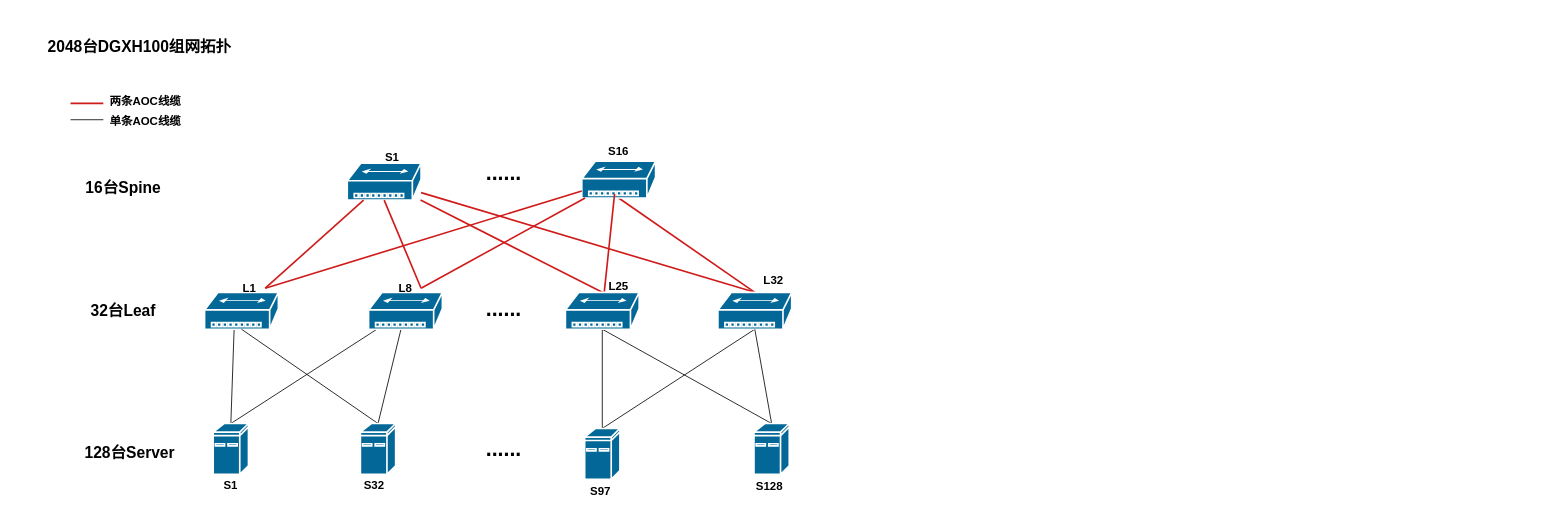
The draw.io diagram dgxh100-2048.drawio in hel-2000/network-draw, before the edit. Source tidied: cells renumbered, new cells numbered last; positions are measured from the earlier drawing's top-left corner, leaving out a move shared by most shapes. Both pictures are drawn from the tidied source at 82%, with x=0, y=0 at pixel (14, 23).
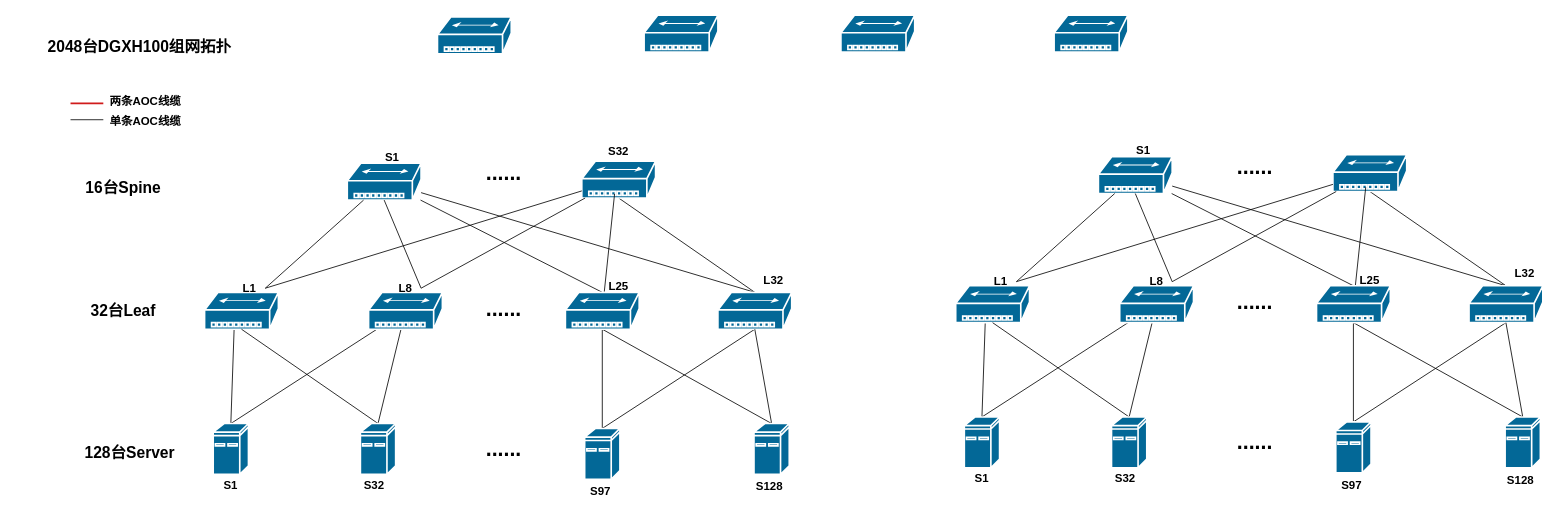
Above is the later version.

Unchanged cells that the change refers to:
```xml
<mxCell id="12" style="shape=mxgraph.cisco.hubs_and_gateways.small_hub;sketch=0;html=1;dashed=0;fillColor=#036897;strokeColor=#ffffff;strokeWidth=2;verticalLabelPosition=bottom;verticalAlign=top;align=center;outlineConnect=0;" parent="1" vertex="1">
  <mxGeometry x="406" y="170.5" width="90" height="45" as="geometry" />
</mxCell>
<mxCell id="15" style="shape=mxgraph.cisco.hubs_and_gateways.small_hub;sketch=0;html=1;dashed=0;fillColor=#036897;strokeColor=#ffffff;strokeWidth=2;verticalLabelPosition=bottom;verticalAlign=top;align=center;outlineConnect=0;" parent="1" vertex="1">
  <mxGeometry x="858" y="328" width="90" height="45" as="geometry" />
</mxCell>
<mxCell id="16" style="shape=mxgraph.cisco.hubs_and_gateways.small_hub;sketch=0;html=1;dashed=0;fillColor=#036897;strokeColor=#ffffff;strokeWidth=2;verticalLabelPosition=bottom;verticalAlign=top;align=center;outlineConnect=0;" parent="1" vertex="1">
  <mxGeometry x="692" y="168" width="90" height="45" as="geometry" />
</mxCell>
<mxCell id="24" value="&lt;b style=&quot;&quot;&gt;&lt;font style=&quot;font-size: 14px;&quot;&gt;L1&lt;/font&gt;&lt;/b&gt;" style="text;strokeColor=none;align=center;fillColor=none;html=1;verticalAlign=middle;whiteSpace=wrap;rounded=0;" parent="1" vertex="1">
  <mxGeometry x="268" y="308" width="38" height="30" as="geometry" />
</mxCell>
<mxCell id="27" value="&lt;b style=&quot;&quot;&gt;&lt;font style=&quot;font-size: 14px;&quot;&gt;L8&lt;/font&gt;&lt;/b&gt;" style="text;strokeColor=none;align=center;fillColor=none;html=1;verticalAlign=middle;whiteSpace=wrap;rounded=0;" parent="1" vertex="1">
  <mxGeometry x="458" y="308" width="38" height="30" as="geometry" />
</mxCell>
<mxCell id="39" style="shape=mxgraph.cisco.hubs_and_gateways.small_hub;sketch=0;html=1;dashed=0;fillColor=#036897;strokeColor=#ffffff;strokeWidth=2;verticalLabelPosition=bottom;verticalAlign=top;align=center;outlineConnect=0;" parent="1" vertex="1">
  <mxGeometry x="672" y="328" width="90" height="45" as="geometry" />
</mxCell>
```

What changed in the source:
```diff
@@
-    <mxCell id="13" style="rounded=1;jettySize=auto;html=1;exitX=0.5;exitY=0;exitDx=0;exitDy=0;exitPerimeter=0;entryX=0.5;entryY=1;entryDx=0;entryDy=0;entryPerimeter=0;endArrow=none;endFill=0;strokeWidth=2;strokeColor=#d01b1b;" parent="1" edge="1" source="15" target="16">
+    <mxCell id="13" style="rounded=0;jettySize=auto;html=1;exitX=0.5;exitY=0;exitDx=0;exitDy=0;exitPerimeter=0;entryX=0.5;entryY=1;entryDx=0;entryDy=0;entryPerimeter=0;endArrow=none;endFill=0;strokeWidth=1;strokeColor=default;" parent="1" edge="1" source="15" target="16">
       <mxGeometry relative="1" as="geometry" />
     </mxCell>
-    <mxCell id="14" style="rounded=1;jettySize=auto;html=1;exitX=0.5;exitY=0;exitDx=0;exitDy=0;exitPerimeter=0;endArrow=none;strokeColor=#d01b1b;endFill=0;strokeWidth=2;" parent="1" edge="1" source="15" target="12">
+    <mxCell id="14" style="rounded=0;jettySize=auto;html=1;exitX=0.5;exitY=0;exitDx=0;exitDy=0;exitPerimeter=0;endArrow=none;strokeColor=default;endFill=0;strokeWidth=1;" parent="1" edge="1" source="15" target="12">
       <mxGeometry relative="1" as="geometry" />
     </mxCell>
@@
-    <mxCell id="22" style="rounded=1;jettySize=auto;html=1;exitX=1;exitY=0.5;exitDx=0;exitDy=0;endArrow=none;strokeColor=#d01b1b;endFill=0;strokeWidth=2;" parent="1" edge="1" source="24" target="12">
+    <mxCell id="22" style="rounded=0;jettySize=auto;html=1;exitX=1;exitY=0.5;exitDx=0;exitDy=0;endArrow=none;strokeColor=default;endFill=0;strokeWidth=1;" parent="1" edge="1" source="24" target="12">
       <mxGeometry relative="1" as="geometry" />
     </mxCell>
-    <mxCell id="23" style="rounded=1;jettySize=auto;html=1;exitX=1;exitY=0.5;exitDx=0;exitDy=0;endArrow=none;strokeColor=#d01b1b;endFill=0;strokeWidth=2;" parent="1" edge="1" source="24" target="16">
+    <mxCell id="23" style="rounded=0;jettySize=auto;html=1;exitX=1;exitY=0.5;exitDx=0;exitDy=0;endArrow=none;strokeColor=default;endFill=0;strokeWidth=1;" parent="1" edge="1" source="24" target="16">
       <mxGeometry relative="1" as="geometry" />
     </mxCell>
@@
-    <mxCell id="25" style="rounded=1;jettySize=auto;html=1;exitX=1;exitY=0.5;exitDx=0;exitDy=0;entryX=0.5;entryY=1;entryDx=0;entryDy=0;entryPerimeter=0;endArrow=none;strokeColor=#d01b1b;endFill=0;strokeWidth=2;" parent="1" edge="1" source="27" target="12">
+    <mxCell id="25" style="rounded=0;jettySize=auto;html=1;exitX=1;exitY=0.5;exitDx=0;exitDy=0;entryX=0.5;entryY=1;entryDx=0;entryDy=0;entryPerimeter=0;endArrow=none;strokeColor=default;endFill=0;strokeWidth=1;" parent="1" edge="1" source="27" target="12">
       <mxGeometry relative="1" as="geometry" />
     </mxCell>
-    <mxCell id="26" style="rounded=1;jettySize=auto;html=1;exitX=1;exitY=0.5;exitDx=0;exitDy=0;endArrow=none;strokeColor=#d01b1b;endFill=0;strokeWidth=2;" parent="1" edge="1" source="27" target="16">
+    <mxCell id="26" style="rounded=0;jettySize=auto;html=1;exitX=1;exitY=0.5;exitDx=0;exitDy=0;endArrow=none;strokeColor=default;endFill=0;strokeWidth=1;" parent="1" edge="1" source="27" target="16">
       <mxGeometry relative="1" as="geometry" />
     </mxCell>
@@
-    <mxCell id="29" value="&lt;span style=&quot;font-size: 14px;&quot;&gt;&lt;b&gt;S16&lt;/b&gt;&lt;/span&gt;" style="text;strokeColor=none;align=center;fillColor=none;html=1;verticalAlign=middle;whiteSpace=wrap;rounded=0;" parent="1" vertex="1">
+    <mxCell id="29" value="&lt;span style=&quot;font-size: 14px;&quot;&gt;&lt;b&gt;S32&lt;/b&gt;&lt;/span&gt;" style="text;strokeColor=none;align=center;fillColor=none;html=1;verticalAlign=middle;whiteSpace=wrap;rounded=0;" parent="1" vertex="1">
       <mxGeometry x="718" y="140.5" width="38" height="30" as="geometry" />
     </mxCell>
@@
-    <mxCell id="37" style="rounded=1;jettySize=auto;html=1;endArrow=none;strokeColor=#d01b1b;endFill=0;strokeWidth=2;" parent="1" edge="1" source="39">
+    <mxCell id="37" style="rounded=0;jettySize=auto;html=1;endArrow=none;strokeColor=default;endFill=0;strokeWidth=1;" parent="1" edge="1" source="39">
       <mxGeometry relative="1" as="geometry">
         <mxPoint x="732" y="208" as="targetPoint" />
       </mxGeometry>
     </mxCell>
-    <mxCell id="38" style="rounded=1;jettySize=auto;html=1;exitX=0.5;exitY=0;exitDx=0;exitDy=0;exitPerimeter=0;endArrow=none;strokeColor=#d01b1b;endFill=0;strokeWidth=2;" parent="1" edge="1" source="39" target="12">
+    <mxCell id="38" style="rounded=0;jettySize=auto;html=1;exitX=0.5;exitY=0;exitDx=0;exitDy=0;exitPerimeter=0;endArrow=none;strokeColor=default;endFill=0;strokeWidth=1;" parent="1" edge="1" source="39" target="12">
       <mxGeometry relative="1" as="geometry" />
     </mxCell>
@@
+    <mxCell id="49" style="rounded=0;jettySize=auto;html=1;exitX=0.5;exitY=0;exitDx=0;exitDy=0;exitPerimeter=0;entryX=1;entryY=1;entryDx=0;entryDy=0;endArrow=none;endFill=0;" parent="1" edge="1" source="51">
+      <mxGeometry relative="1" as="geometry">
+        <mxPoint x="1184" y="365" as="targetPoint" />
+      </mxGeometry>
+    </mxCell>
+    <mxCell id="50" style="rounded=0;jettySize=auto;html=1;exitX=0.5;exitY=0;exitDx=0;exitDy=0;exitPerimeter=0;endArrow=none;endFill=0;" parent="1" edge="1" source="51" target="68">
+      <mxGeometry relative="1" as="geometry" />
+    </mxCell>
+    <mxCell id="51" style="shape=mxgraph.cisco.computers_and_peripherals.ibm_mini_as400;sketch=0;html=1;dashed=0;fillColor=#036897;strokeColor=#ffffff;strokeWidth=2;verticalLabelPosition=bottom;verticalAlign=top;align=center;outlineConnect=0;" parent="1" vertex="1">
+      <mxGeometry x="1158.5" y="480" width="43" height="62" as="geometry" />
+    </mxCell>
+    <mxCell id="52" style="shape=mxgraph.cisco.hubs_and_gateways.small_hub;sketch=0;html=1;dashed=0;fillColor=#036897;strokeColor=#ffffff;strokeWidth=2;verticalLabelPosition=bottom;verticalAlign=top;align=center;outlineConnect=0;" parent="1" vertex="1">
+      <mxGeometry x="1148" y="320" width="90" height="45" as="geometry" />
+    </mxCell>
+    <mxCell id="53" style="rounded=0;jettySize=auto;html=1;exitX=0.5;exitY=0;exitDx=0;exitDy=0;exitPerimeter=0;entryX=0.5;entryY=1;entryDx=0;entryDy=0;entryPerimeter=0;endArrow=none;endFill=0;" parent="1" edge="1" source="55" target="52">
+      <mxGeometry relative="1" as="geometry" />
+    </mxCell>
+    <mxCell id="54" style="rounded=0;jettySize=auto;html=1;exitX=0.5;exitY=0;exitDx=0;exitDy=0;exitPerimeter=0;endArrow=none;endFill=0;" parent="1" edge="1" source="55" target="68">
+      <mxGeometry relative="1" as="geometry" />
+    </mxCell>
+    <mxCell id="55" style="shape=mxgraph.cisco.computers_and_peripherals.ibm_mini_as400;sketch=0;html=1;dashed=0;fillColor=#036897;strokeColor=#ffffff;strokeWidth=2;verticalLabelPosition=bottom;verticalAlign=top;align=center;outlineConnect=0;" parent="1" vertex="1">
+      <mxGeometry x="1338" y="480" width="43" height="62" as="geometry" />
+    </mxCell>
+    <mxCell id="56" style="edgeStyle=orthogonalEdgeStyle;rounded=0;jettySize=auto;html=1;exitX=0.5;exitY=0;exitDx=0;exitDy=0;exitPerimeter=0;entryX=0.5;entryY=1;entryDx=0;entryDy=0;entryPerimeter=0;endArrow=none;endFill=0;" parent="1" edge="1" source="58" target="82">
+      <mxGeometry relative="1" as="geometry" />
+    </mxCell>
+    <mxCell id="57" style="rounded=0;jettySize=auto;html=1;exitX=0.5;exitY=0;exitDx=0;exitDy=0;exitPerimeter=0;entryX=0.5;entryY=1;entryDx=0;entryDy=0;entryPerimeter=0;endArrow=none;endFill=0;" parent="1" edge="1" source="58" target="62">
+      <mxGeometry relative="1" as="geometry" />
+    </mxCell>
+    <mxCell id="58" style="shape=mxgraph.cisco.computers_and_peripherals.ibm_mini_as400;sketch=0;html=1;dashed=0;fillColor=#036897;strokeColor=#ffffff;strokeWidth=2;verticalLabelPosition=bottom;verticalAlign=top;align=center;outlineConnect=0;" parent="1" vertex="1">
+      <mxGeometry x="1611.5" y="486" width="43" height="62" as="geometry" />
+    </mxCell>
+    <mxCell id="59" style="shape=mxgraph.cisco.hubs_and_gateways.small_hub;sketch=0;html=1;dashed=0;fillColor=#036897;strokeColor=#ffffff;strokeWidth=2;verticalLabelPosition=bottom;verticalAlign=top;align=center;outlineConnect=0;" parent="1" vertex="1">
+      <mxGeometry x="1322" y="162.5" width="90" height="45" as="geometry" />
+    </mxCell>
+    <mxCell id="60" style="rounded=0;jettySize=auto;html=1;exitX=0.5;exitY=0;exitDx=0;exitDy=0;exitPerimeter=0;entryX=0.5;entryY=1;entryDx=0;entryDy=0;entryPerimeter=0;endArrow=none;endFill=0;strokeWidth=1;strokeColor=default;" parent="1" edge="1" source="62" target="63">
+      <mxGeometry relative="1" as="geometry" />
+    </mxCell>
+    <mxCell id="61" style="rounded=0;jettySize=auto;html=1;exitX=0.5;exitY=0;exitDx=0;exitDy=0;exitPerimeter=0;endArrow=none;strokeColor=default;endFill=0;strokeWidth=1;" parent="1" edge="1" source="62" target="59">
+      <mxGeometry relative="1" as="geometry" />
+    </mxCell>
+    <mxCell id="62" style="shape=mxgraph.cisco.hubs_and_gateways.small_hub;sketch=0;html=1;dashed=0;fillColor=#036897;strokeColor=#ffffff;strokeWidth=2;verticalLabelPosition=bottom;verticalAlign=top;align=center;outlineConnect=0;" parent="1" vertex="1">
+      <mxGeometry x="1774" y="320" width="90" height="45" as="geometry" />
+    </mxCell>
+    <mxCell id="63" style="shape=mxgraph.cisco.hubs_and_gateways.small_hub;sketch=0;html=1;dashed=0;fillColor=#036897;strokeColor=#ffffff;strokeWidth=2;verticalLabelPosition=bottom;verticalAlign=top;align=center;outlineConnect=0;" parent="1" vertex="1">
+      <mxGeometry x="1608" y="160" width="90" height="45" as="geometry" />
+    </mxCell>
+    <mxCell id="64" style="rounded=0;jettySize=auto;html=1;exitX=0.5;exitY=0;exitDx=0;exitDy=0;exitPerimeter=0;entryX=0.5;entryY=1;entryDx=0;entryDy=0;entryPerimeter=0;endArrow=none;endFill=0;" parent="1" edge="1" source="66" target="62">
+      <mxGeometry relative="1" as="geometry" />
+    </mxCell>
+    <mxCell id="65" style="rounded=0;jettySize=auto;html=1;exitX=0.5;exitY=0;exitDx=0;exitDy=0;exitPerimeter=0;entryX=0.5;entryY=1;entryDx=0;entryDy=0;entryPerimeter=0;endArrow=none;endFill=0;" parent="1" edge="1" source="66" target="82">
+      <mxGeometry relative="1" as="geometry" />
+    </mxCell>
+    <mxCell id="66" style="shape=mxgraph.cisco.computers_and_peripherals.ibm_mini_as400;sketch=0;html=1;dashed=0;fillColor=#036897;strokeColor=#ffffff;strokeWidth=2;verticalLabelPosition=bottom;verticalAlign=top;align=center;outlineConnect=0;" parent="1" vertex="1">
+      <mxGeometry x="1818" y="480" width="43" height="62" as="geometry" />
+    </mxCell>
+    <mxCell id="67" value="&lt;b style=&quot;&quot;&gt;&lt;span style=&quot;font-size: 26px;&quot;&gt;......&lt;/span&gt;&lt;br&gt;&lt;/b&gt;" style="text;strokeColor=none;align=center;fillColor=none;html=1;verticalAlign=middle;whiteSpace=wrap;rounded=0;" parent="1" vertex="1">
+      <mxGeometry x="1478" y="498.5" width="70" height="25" as="geometry" />
+    </mxCell>
+    <mxCell id="68" style="shape=mxgraph.cisco.hubs_and_gateways.small_hub;sketch=0;html=1;dashed=0;fillColor=#036897;strokeColor=#ffffff;strokeWidth=2;verticalLabelPosition=bottom;verticalAlign=top;align=center;outlineConnect=0;" parent="1" vertex="1">
+      <mxGeometry x="1348" y="320" width="90" height="45" as="geometry" />
+    </mxCell>
+    <mxCell id="69" style="rounded=0;jettySize=auto;html=1;exitX=1;exitY=0.5;exitDx=0;exitDy=0;endArrow=none;strokeColor=default;endFill=0;strokeWidth=1;" parent="1" edge="1" source="71" target="59">
+      <mxGeometry relative="1" as="geometry" />
+    </mxCell>
+    <mxCell id="70" style="rounded=0;jettySize=auto;html=1;exitX=1;exitY=0.5;exitDx=0;exitDy=0;endArrow=none;strokeColor=default;endFill=0;strokeWidth=1;" parent="1" edge="1" source="71" target="63">
+      <mxGeometry relative="1" as="geometry" />
+    </mxCell>
+    <mxCell id="71" value="&lt;b style=&quot;&quot;&gt;&lt;font style=&quot;font-size: 14px;&quot;&gt;L1&lt;/font&gt;&lt;/b&gt;" style="text;strokeColor=none;align=center;fillColor=none;html=1;verticalAlign=middle;whiteSpace=wrap;rounded=0;" parent="1" vertex="1">
+      <mxGeometry x="1184" y="300" width="38" height="30" as="geometry" />
+    </mxCell>
+    <mxCell id="72" style="rounded=0;jettySize=auto;html=1;exitX=1;exitY=0.5;exitDx=0;exitDy=0;entryX=0.5;entryY=1;entryDx=0;entryDy=0;entryPerimeter=0;endArrow=none;strokeColor=default;endFill=0;strokeWidth=1;" parent="1" edge="1" source="74" target="59">
+      <mxGeometry relative="1" as="geometry" />
+    </mxCell>
+    <mxCell id="73" style="rounded=0;jettySize=auto;html=1;exitX=1;exitY=0.5;exitDx=0;exitDy=0;endArrow=none;strokeColor=default;endFill=0;strokeWidth=1;" parent="1" edge="1" source="74" target="63">
+      <mxGeometry relative="1" as="geometry" />
+    </mxCell>
+    <mxCell id="74" value="&lt;b style=&quot;&quot;&gt;&lt;font style=&quot;font-size: 14px;&quot;&gt;L8&lt;/font&gt;&lt;/b&gt;" style="text;strokeColor=none;align=center;fillColor=none;html=1;verticalAlign=middle;whiteSpace=wrap;rounded=0;" parent="1" vertex="1">
+      <mxGeometry x="1374" y="300" width="38" height="30" as="geometry" />
+    </mxCell>
+    <mxCell id="75" value="&lt;span style=&quot;font-size: 14px;&quot;&gt;&lt;b&gt;S1&lt;/b&gt;&lt;/span&gt;" style="text;strokeColor=none;align=center;fillColor=none;html=1;verticalAlign=middle;whiteSpace=wrap;rounded=0;" parent="1" vertex="1">
+      <mxGeometry x="1358" y="140" width="38" height="30" as="geometry" />
+    </mxCell>
+    <mxCell id="76" value="&lt;b style=&quot;&quot;&gt;&lt;font style=&quot;font-size: 14px;&quot;&gt;S1&lt;/font&gt;&lt;/b&gt;" style="text;strokeColor=none;align=center;fillColor=none;html=1;verticalAlign=middle;whiteSpace=wrap;rounded=0;" parent="1" vertex="1">
+      <mxGeometry x="1161" y="540" width="38" height="30" as="geometry" />
+    </mxCell>
+    <mxCell id="77" value="&lt;b style=&quot;&quot;&gt;&lt;font style=&quot;font-size: 14px;&quot;&gt;S32&lt;/font&gt;&lt;/b&gt;" style="text;strokeColor=none;align=center;fillColor=none;html=1;verticalAlign=middle;whiteSpace=wrap;rounded=0;" parent="1" vertex="1">
+      <mxGeometry x="1336" y="540" width="38" height="30" as="geometry" />
+    </mxCell>
+    <mxCell id="78" value="&lt;b style=&quot;&quot;&gt;&lt;font style=&quot;font-size: 14px;&quot;&gt;S97&lt;/font&gt;&lt;/b&gt;" style="text;strokeColor=none;align=center;fillColor=none;html=1;verticalAlign=middle;whiteSpace=wrap;rounded=0;" parent="1" vertex="1">
+      <mxGeometry x="1611.5" y="548" width="38" height="30" as="geometry" />
+    </mxCell>
+    <mxCell id="79" value="&lt;b style=&quot;&quot;&gt;&lt;font style=&quot;font-size: 14px;&quot;&gt;S128&lt;/font&gt;&lt;/b&gt;" style="text;strokeColor=none;align=center;fillColor=none;html=1;verticalAlign=middle;whiteSpace=wrap;rounded=0;" parent="1" vertex="1">
+      <mxGeometry x="1818" y="542" width="38" height="30" as="geometry" />
+    </mxCell>
+    <mxCell id="80" style="rounded=0;jettySize=auto;html=1;endArrow=none;strokeColor=default;endFill=0;strokeWidth=1;" parent="1" edge="1" source="82">
+      <mxGeometry relative="1" as="geometry">
+        <mxPoint x="1648" y="200" as="targetPoint" />
+      </mxGeometry>
+    </mxCell>
+    <mxCell id="81" style="rounded=0;jettySize=auto;html=1;exitX=0.5;exitY=0;exitDx=0;exitDy=0;exitPerimeter=0;endArrow=none;strokeColor=default;endFill=0;strokeWidth=1;" parent="1" edge="1" source="82" target="59">
+      <mxGeometry relative="1" as="geometry" />
+    </mxCell>
+    <mxCell id="82" style="shape=mxgraph.cisco.hubs_and_gateways.small_hub;sketch=0;html=1;dashed=0;fillColor=#036897;strokeColor=#ffffff;strokeWidth=2;verticalLabelPosition=bottom;verticalAlign=top;align=center;outlineConnect=0;" parent="1" vertex="1">
+      <mxGeometry x="1588" y="320" width="90" height="45" as="geometry" />
+    </mxCell>
+    <mxCell id="83" value="&lt;b style=&quot;&quot;&gt;&lt;font style=&quot;font-size: 14px;&quot;&gt;L32&lt;/font&gt;&lt;/b&gt;" style="text;strokeColor=none;align=center;fillColor=none;html=1;verticalAlign=middle;whiteSpace=wrap;rounded=0;" parent="1" vertex="1">
+      <mxGeometry x="1823" y="290" width="38" height="30" as="geometry" />
+    </mxCell>
+    <mxCell id="84" value="&lt;b style=&quot;&quot;&gt;&lt;font style=&quot;font-size: 14px;&quot;&gt;L25&lt;/font&gt;&lt;/b&gt;" style="text;strokeColor=none;align=center;fillColor=none;html=1;verticalAlign=middle;whiteSpace=wrap;rounded=0;" parent="1" vertex="1">
+      <mxGeometry x="1634" y="297.5" width="38" height="30" as="geometry" />
+    </mxCell>
+    <mxCell id="85" value="&lt;b style=&quot;&quot;&gt;&lt;span style=&quot;font-size: 26px;&quot;&gt;......&lt;/span&gt;&lt;br&gt;&lt;/b&gt;" style="text;strokeColor=none;align=center;fillColor=none;html=1;verticalAlign=middle;whiteSpace=wrap;rounded=0;" parent="1" vertex="1">
+      <mxGeometry x="1478" y="327.5" width="70" height="25" as="geometry" />
+    </mxCell>
+    <mxCell id="86" value="&lt;b style=&quot;&quot;&gt;&lt;span style=&quot;font-size: 26px;&quot;&gt;......&lt;/span&gt;&lt;br&gt;&lt;/b&gt;" style="text;strokeColor=none;align=center;fillColor=none;html=1;verticalAlign=middle;whiteSpace=wrap;rounded=0;" parent="1" vertex="1">
+      <mxGeometry x="1478" y="162.5" width="70" height="25" as="geometry" />
+    </mxCell>
+    <mxCell id="87" style="shape=mxgraph.cisco.hubs_and_gateways.small_hub;sketch=0;html=1;dashed=0;fillColor=#036897;strokeColor=#ffffff;strokeWidth=2;verticalLabelPosition=bottom;verticalAlign=top;align=center;" parent="1" vertex="1">
+      <mxGeometry x="516" y="-8" width="90" height="45" as="geometry" />
+    </mxCell>
+    <mxCell id="88" style="shape=mxgraph.cisco.hubs_and_gateways.small_hub;sketch=0;html=1;dashed=0;fillColor=#036897;strokeColor=#ffffff;strokeWidth=2;verticalLabelPosition=bottom;verticalAlign=top;align=center;" parent="1" vertex="1">
+      <mxGeometry x="768" y="-10" width="90" height="45" as="geometry" />
+    </mxCell>
+    <mxCell id="89" style="shape=mxgraph.cisco.hubs_and_gateways.small_hub;sketch=0;html=1;dashed=0;fillColor=#036897;strokeColor=#ffffff;strokeWidth=2;verticalLabelPosition=bottom;verticalAlign=top;align=center;" parent="1" vertex="1">
+      <mxGeometry x="1008" y="-10" width="90" height="45" as="geometry" />
+    </mxCell>
+    <mxCell id="90" style="shape=mxgraph.cisco.hubs_and_gateways.small_hub;sketch=0;html=1;dashed=0;fillColor=#036897;strokeColor=#ffffff;strokeWidth=2;verticalLabelPosition=bottom;verticalAlign=top;align=center;" parent="1" vertex="1">
+      <mxGeometry x="1268" y="-10" width="90" height="45" as="geometry" />
+    </mxCell>
```
